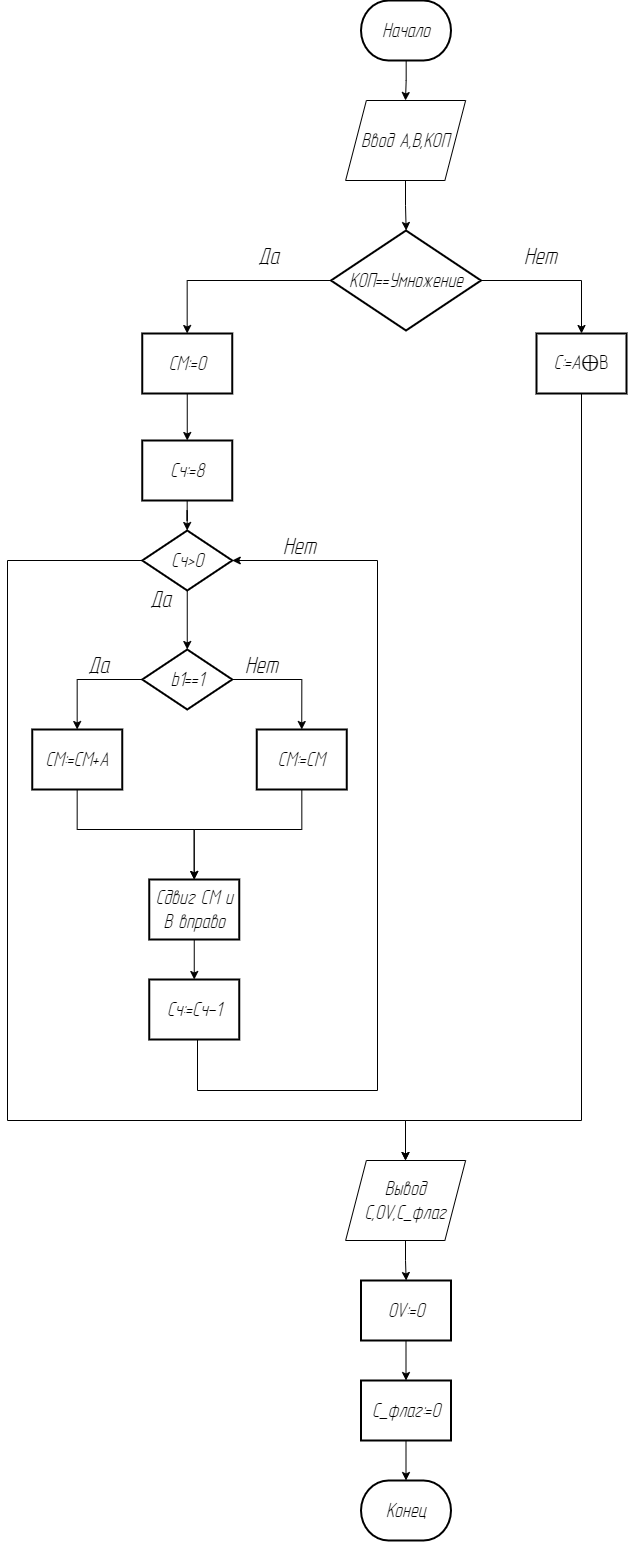
Above: эвм/Курсач/диаг-Страница-2.drawio.png in KvoERR/pnrpu-3rd-year (draw.io), before the change. Source tidied: cells renumbered, new cells last; positions are measured from the earlier drawing's top-left corner, leaving out a move shared by most shapes.
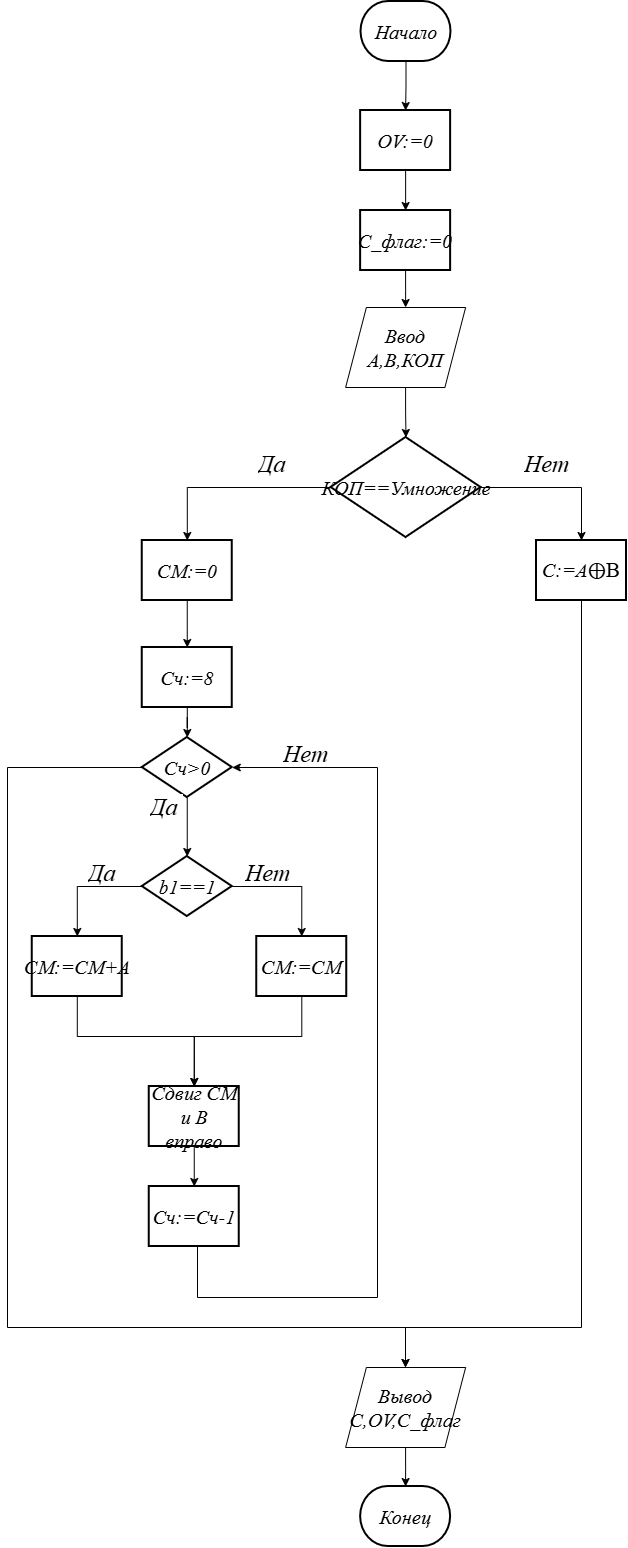
The same diagram one commit later.

The edit, as a diff of the source:
```diff
@@ -3,7 +3,7 @@
     <mxCell id="0" />
     <mxCell id="1" parent="0" />
     <mxCell id="2" value="&lt;font style=&quot;font-size: 20px;&quot; face=&quot;GOST Type A&quot;&gt;&lt;i style=&quot;&quot;&gt;Начало&lt;/i&gt;&lt;/font&gt;" style="strokeWidth=2;html=1;shape=mxgraph.flowchart.terminator;whiteSpace=wrap;" parent="1" vertex="1">
-      <mxGeometry x="353.5" width="90" height="60" as="geometry" />
+      <mxGeometry x="353.5" y="-206" width="90" height="60" as="geometry" />
     </mxCell>
     <mxCell id="3" style="edgeStyle=orthogonalEdgeStyle;rounded=0;jettySize=auto;html=1;" parent="1" edge="1" source="5" target="8">
       <mxGeometry relative="1" as="geometry" />
@@ -14,7 +14,7 @@
     <mxCell id="5" value="&lt;font face=&quot;GOST Type A&quot;&gt;&lt;span style=&quot;font-size: 20px;&quot;&gt;&lt;i&gt;КОП==Умножение&lt;/i&gt;&lt;/span&gt;&lt;/font&gt;" style="strokeWidth=2;html=1;shape=mxgraph.flowchart.decision;whiteSpace=wrap;" parent="1" vertex="1">
       <mxGeometry x="323.5" y="230" width="150" height="100" as="geometry" />
     </mxCell>
-    <mxCell id="6" style="edgeStyle=orthogonalEdgeStyle;rounded=0;jettySize=auto;html=1;" parent="1" edge="1" source="2" target="41">
+    <mxCell id="6" style="edgeStyle=orthogonalEdgeStyle;rounded=0;jettySize=auto;html=1;" parent="1" edge="1" source="2" target="27">
       <mxGeometry relative="1" as="geometry" />
     </mxCell>
     <mxCell id="7" style="edgeStyle=orthogonalEdgeStyle;rounded=0;jettySize=auto;html=1;" parent="1" edge="1" source="8" target="10">
@@ -96,18 +96,6 @@
         </Array>
       </mxGeometry>
     </mxCell>
-    <mxCell id="26" style="edgeStyle=orthogonalEdgeStyle;rounded=0;jettySize=auto;html=1;" parent="1" edge="1" source="27" target="28">
-      <mxGeometry relative="1" as="geometry" />
-    </mxCell>
-    <mxCell id="27" value="&lt;font face=&quot;GOST Type A&quot;&gt;&lt;span style=&quot;font-size: 20px;&quot;&gt;&lt;i&gt;OV:=0&lt;/i&gt;&lt;/span&gt;&lt;/font&gt;" style="whiteSpace=wrap;html=1;strokeWidth=2;" parent="1" vertex="1">
-      <mxGeometry x="353.5" y="1280" width="90" height="60" as="geometry" />
-    </mxCell>
-    <mxCell id="28" value="&lt;font face=&quot;GOST Type A&quot;&gt;&lt;span style=&quot;font-size: 20px;&quot;&gt;&lt;i&gt;C_флаг:=0&lt;/i&gt;&lt;/span&gt;&lt;/font&gt;" style="whiteSpace=wrap;html=1;strokeWidth=2;" parent="1" vertex="1">
-      <mxGeometry x="353.5" y="1380" width="90" height="60" as="geometry" />
-    </mxCell>
-    <mxCell id="29" style="edgeStyle=orthogonalEdgeStyle;rounded=0;jettySize=auto;html=1;exitX=0.5;exitY=1;exitDx=0;exitDy=0;" parent="1" edge="1" source="28" target="39">
-      <mxGeometry relative="1" as="geometry" />
-    </mxCell>
     <mxCell id="30" style="edgeStyle=orthogonalEdgeStyle;rounded=0;jettySize=auto;html=1;" parent="1" edge="1" source="31" target="38">
       <mxGeometry relative="1" as="geometry">
         <Array as="points">
@@ -134,14 +122,14 @@
     <mxCell id="36" value="&lt;font style=&quot;font-size: 24px;&quot; face=&quot;GOST Type A&quot;&gt;&lt;i style=&quot;background-color: light-dark(#ffffff, var(--ge-dark-color, #121212));&quot;&gt;Нет&amp;nbsp;&lt;/i&gt;&lt;/font&gt;" style="text;strokeColor=none;fillColor=none;align=left;verticalAlign=middle;spacingLeft=4;spacingRight=4;overflow=hidden;whiteSpace=wrap;html=1;" parent="1" vertex="1">
       <mxGeometry x="231.8" y="649" width="79" height="30" as="geometry" />
     </mxCell>
-    <mxCell id="37" style="edgeStyle=orthogonalEdgeStyle;rounded=0;jettySize=auto;html=1;" parent="1" edge="1" source="38" target="27">
-      <mxGeometry relative="1" as="geometry" />
+    <mxCell id="37" style="edgeStyle=orthogonalEdgeStyle;rounded=0;jettySize=auto;html=1;" parent="1" edge="1" source="38" target="39">
+      <mxGeometry x="-0.04" relative="1" as="geometry" />
     </mxCell>
     <mxCell id="38" value="&lt;font face=&quot;GOST Type A&quot;&gt;&lt;span style=&quot;font-size: 20px;&quot;&gt;&lt;i&gt;Вывод C,OV,C_флаг&lt;/i&gt;&lt;/span&gt;&lt;/font&gt;" style="shape=parallelogram;perimeter=parallelogramPerimeter;whiteSpace=wrap;html=1;fixedSize=1;size=20.75;" parent="1" vertex="1">
       <mxGeometry x="338.1" y="1160" width="120" height="80" as="geometry" />
     </mxCell>
     <mxCell id="39" value="&lt;font face=&quot;GOST Type A&quot;&gt;&lt;span style=&quot;font-size: 20px;&quot;&gt;&lt;i&gt;Конец&lt;/i&gt;&lt;/span&gt;&lt;/font&gt;" style="strokeWidth=2;html=1;shape=mxgraph.flowchart.terminator;whiteSpace=wrap;" parent="1" vertex="1">
-      <mxGeometry x="353.5" y="1480" width="90" height="60" as="geometry" />
+      <mxGeometry x="353.1" y="1279" width="90" height="60" as="geometry" />
     </mxCell>
     <mxCell id="40" style="edgeStyle=orthogonalEdgeStyle;rounded=0;jettySize=auto;html=1;" parent="1" edge="1" source="41" target="5">
       <mxGeometry relative="1" as="geometry" />
@@ -149,5 +137,17 @@
     <mxCell id="41" value="&lt;font face=&quot;GOST Type A&quot;&gt;&lt;span style=&quot;font-size: 20px;&quot;&gt;&lt;i&gt;Ввод A,B,КОП&lt;/i&gt;&lt;/span&gt;&lt;/font&gt;" style="shape=parallelogram;perimeter=parallelogramPerimeter;whiteSpace=wrap;html=1;fixedSize=1;size=20.75;" parent="1" vertex="1">
       <mxGeometry x="338.1" y="100" width="120" height="80" as="geometry" />
     </mxCell>
+    <mxCell id="26" style="edgeStyle=orthogonalEdgeStyle;rounded=0;jettySize=auto;html=1;" parent="1" edge="1" source="27" target="28">
+      <mxGeometry relative="1" as="geometry" />
+    </mxCell>
+    <mxCell id="27" value="&lt;font face=&quot;GOST Type A&quot;&gt;&lt;span style=&quot;font-size: 20px;&quot;&gt;&lt;i&gt;OV:=0&lt;/i&gt;&lt;/span&gt;&lt;/font&gt;" style="whiteSpace=wrap;html=1;strokeWidth=2;" parent="1" vertex="1">
+      <mxGeometry x="353.1" y="-97" width="90" height="60" as="geometry" />
+    </mxCell>
+    <mxCell id="42" style="edgeStyle=orthogonalEdgeStyle;rounded=0;jettySize=auto;html=1;defaultLabelBackgroundColor=page;labelPadding=0 4;" parent="1" edge="1" source="28" target="41">
+      <mxGeometry relative="1" as="geometry" />
+    </mxCell>
+    <mxCell id="28" value="&lt;font face=&quot;GOST Type A&quot;&gt;&lt;span style=&quot;font-size: 20px;&quot;&gt;&lt;i&gt;C_флаг:=0&lt;/i&gt;&lt;/span&gt;&lt;/font&gt;" style="whiteSpace=wrap;html=1;strokeWidth=2;" parent="1" vertex="1">
+      <mxGeometry x="353.1" y="3" width="90" height="60" as="geometry" />
+    </mxCell>
   </root>
 </mxGraphModel>
```
